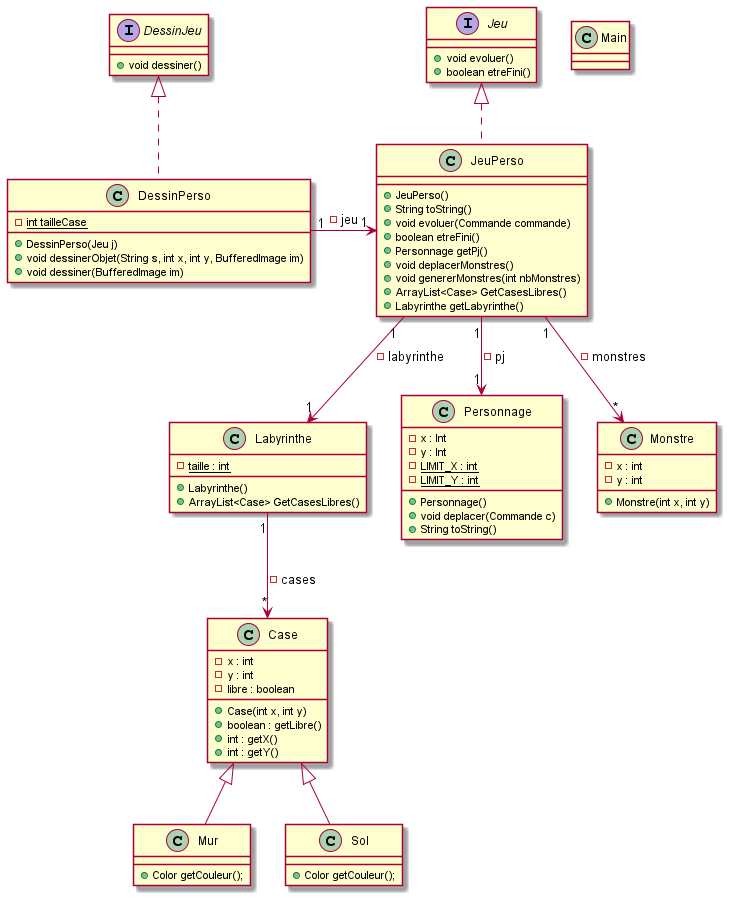
This is documents/version4/diagramme.png from MichelGrolet/2d-game, a PlantUML export, as it was before one commit.
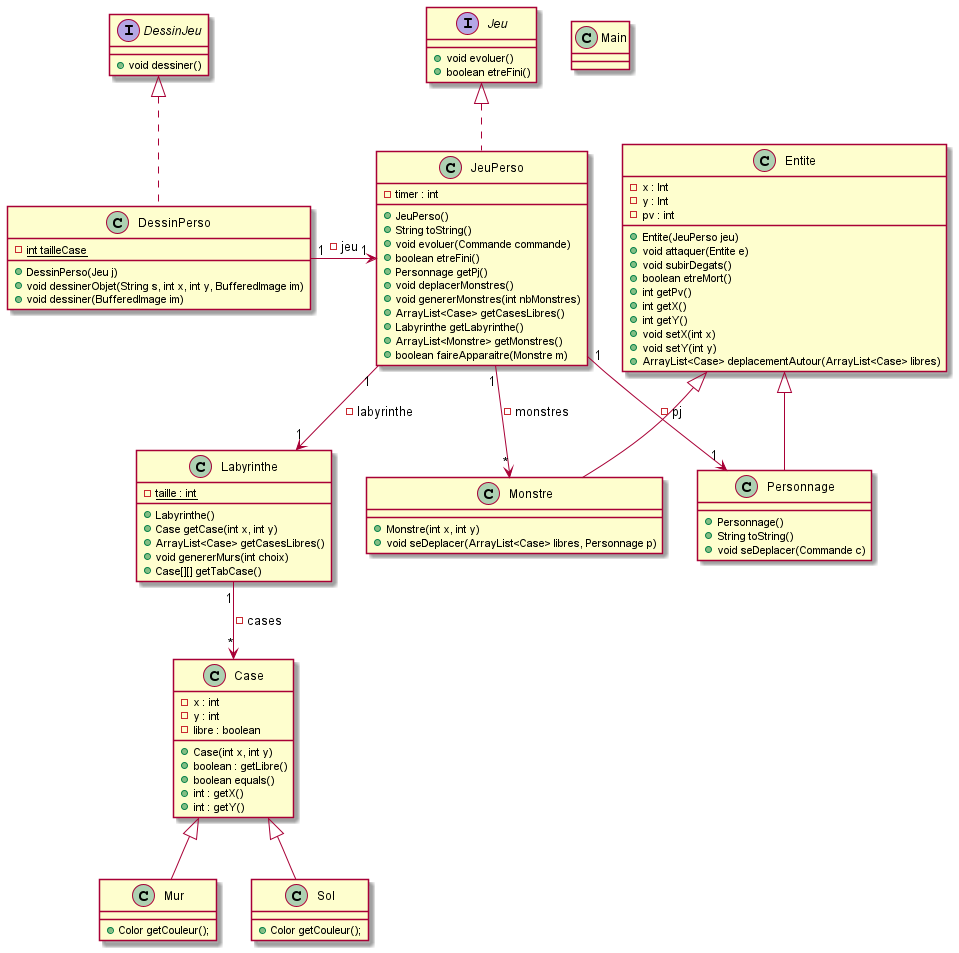
The same file after the commit.

Diff of the diagram source:
```diff
@@ -5,7 +5,10 @@
 class Labyrinthe {
     - {static} taille : int
     + Labyrinthe()
-    + ArrayList<Case> GetCasesLibres()
+    + Case getCase(int x, int y)
+    + ArrayList<Case> getCasesLibres()
+    + void genererMurs(int choix)
+    + Case[][] getTabCase()
 }
 Labyrinthe "1" --> "*" Case : - cases
 
@@ -15,6 +18,7 @@
     - libre : boolean
     + Case(int x, int y)
     + boolean : getLibre()
+    + boolean equals()
     + int : getX()
     + int : getY()
 }
@@ -27,20 +31,31 @@
     + Color getCouleur();
 }
 
-class Personnage {
+class Entite {
     - x : Int
     - y : Int
-    - {static} LIMIT_X : int
-    - {static} LIMIT_Y : int
-    + Personnage()
-    + void deplacer(Commande c)
-    + String toString()
+    - pv : int
+    + Entite(JeuPerso jeu)
+    + void attaquer(Entite e)
+    + void subirDegats()
+    + boolean etreMort()
+    + int getPv()
+    + int getX()
+    + int getY()
+    + void setX(int x)
+    + void setY(int y)
+    + ArrayList<Case> deplacementAutour(ArrayList<Case> libres)
 }
 
-class Monstre {
-    - x : int
-    - y : int
+class Personnage extends Entite {
+    + Personnage()
+    + String toString()
+    + void seDeplacer(Commande c)
+}
+
+class Monstre extends Entite {
     + Monstre(int x, int y)
+    + void seDeplacer(ArrayList<Case> libres, Personnage p)
 }
 
 interface Jeu {
@@ -53,6 +68,7 @@
 }
 
 class JeuPerso implements Jeu {
+    - timer : int
     + JeuPerso()
     + String toString()
     + void evoluer(Commande commande)
@@ -60,8 +76,10 @@
     + Personnage getPj()
     + void deplacerMonstres()
     + void genererMonstres(int nbMonstres)
-    + ArrayList<Case> GetCasesLibres()
+    + ArrayList<Case> getCasesLibres()
     + Labyrinthe getLabyrinthe()
+    + ArrayList<Monstre> getMonstres()
+    + boolean faireApparaitre(Monstre m)
 }
 JeuPerso "1" --> "1" Labyrinthe : - labyrinthe
 JeuPerso "1" --> "1" Personnage : - pj
```
